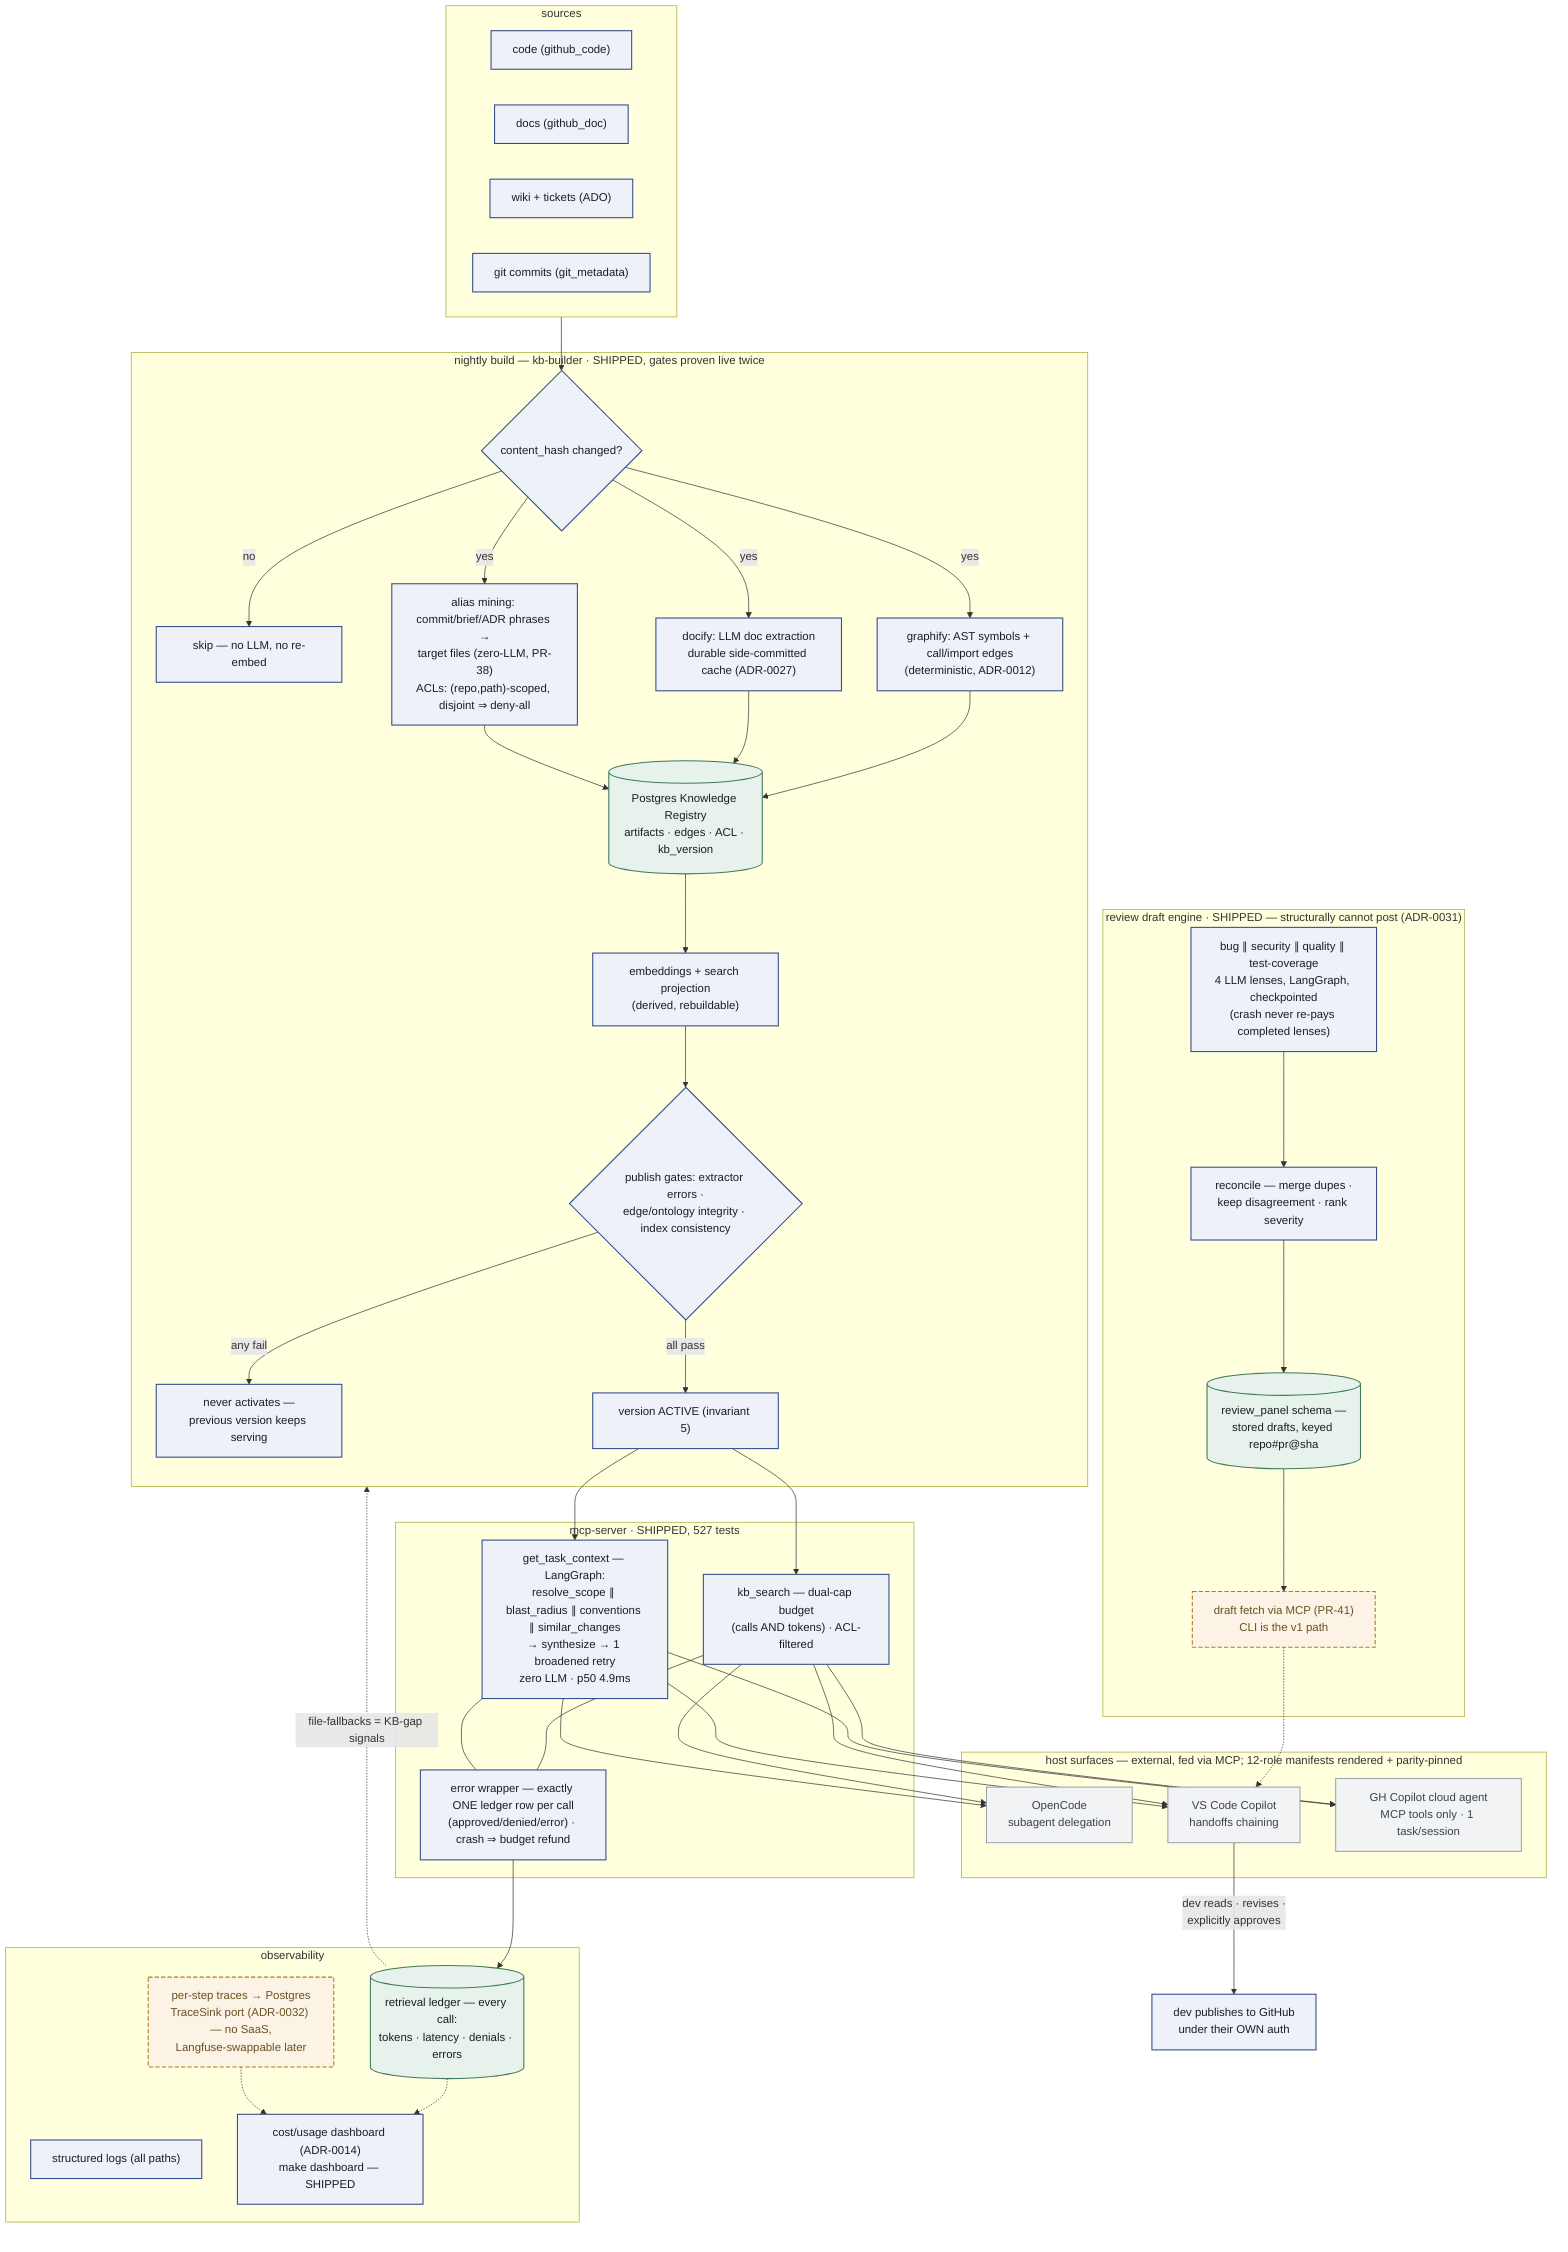
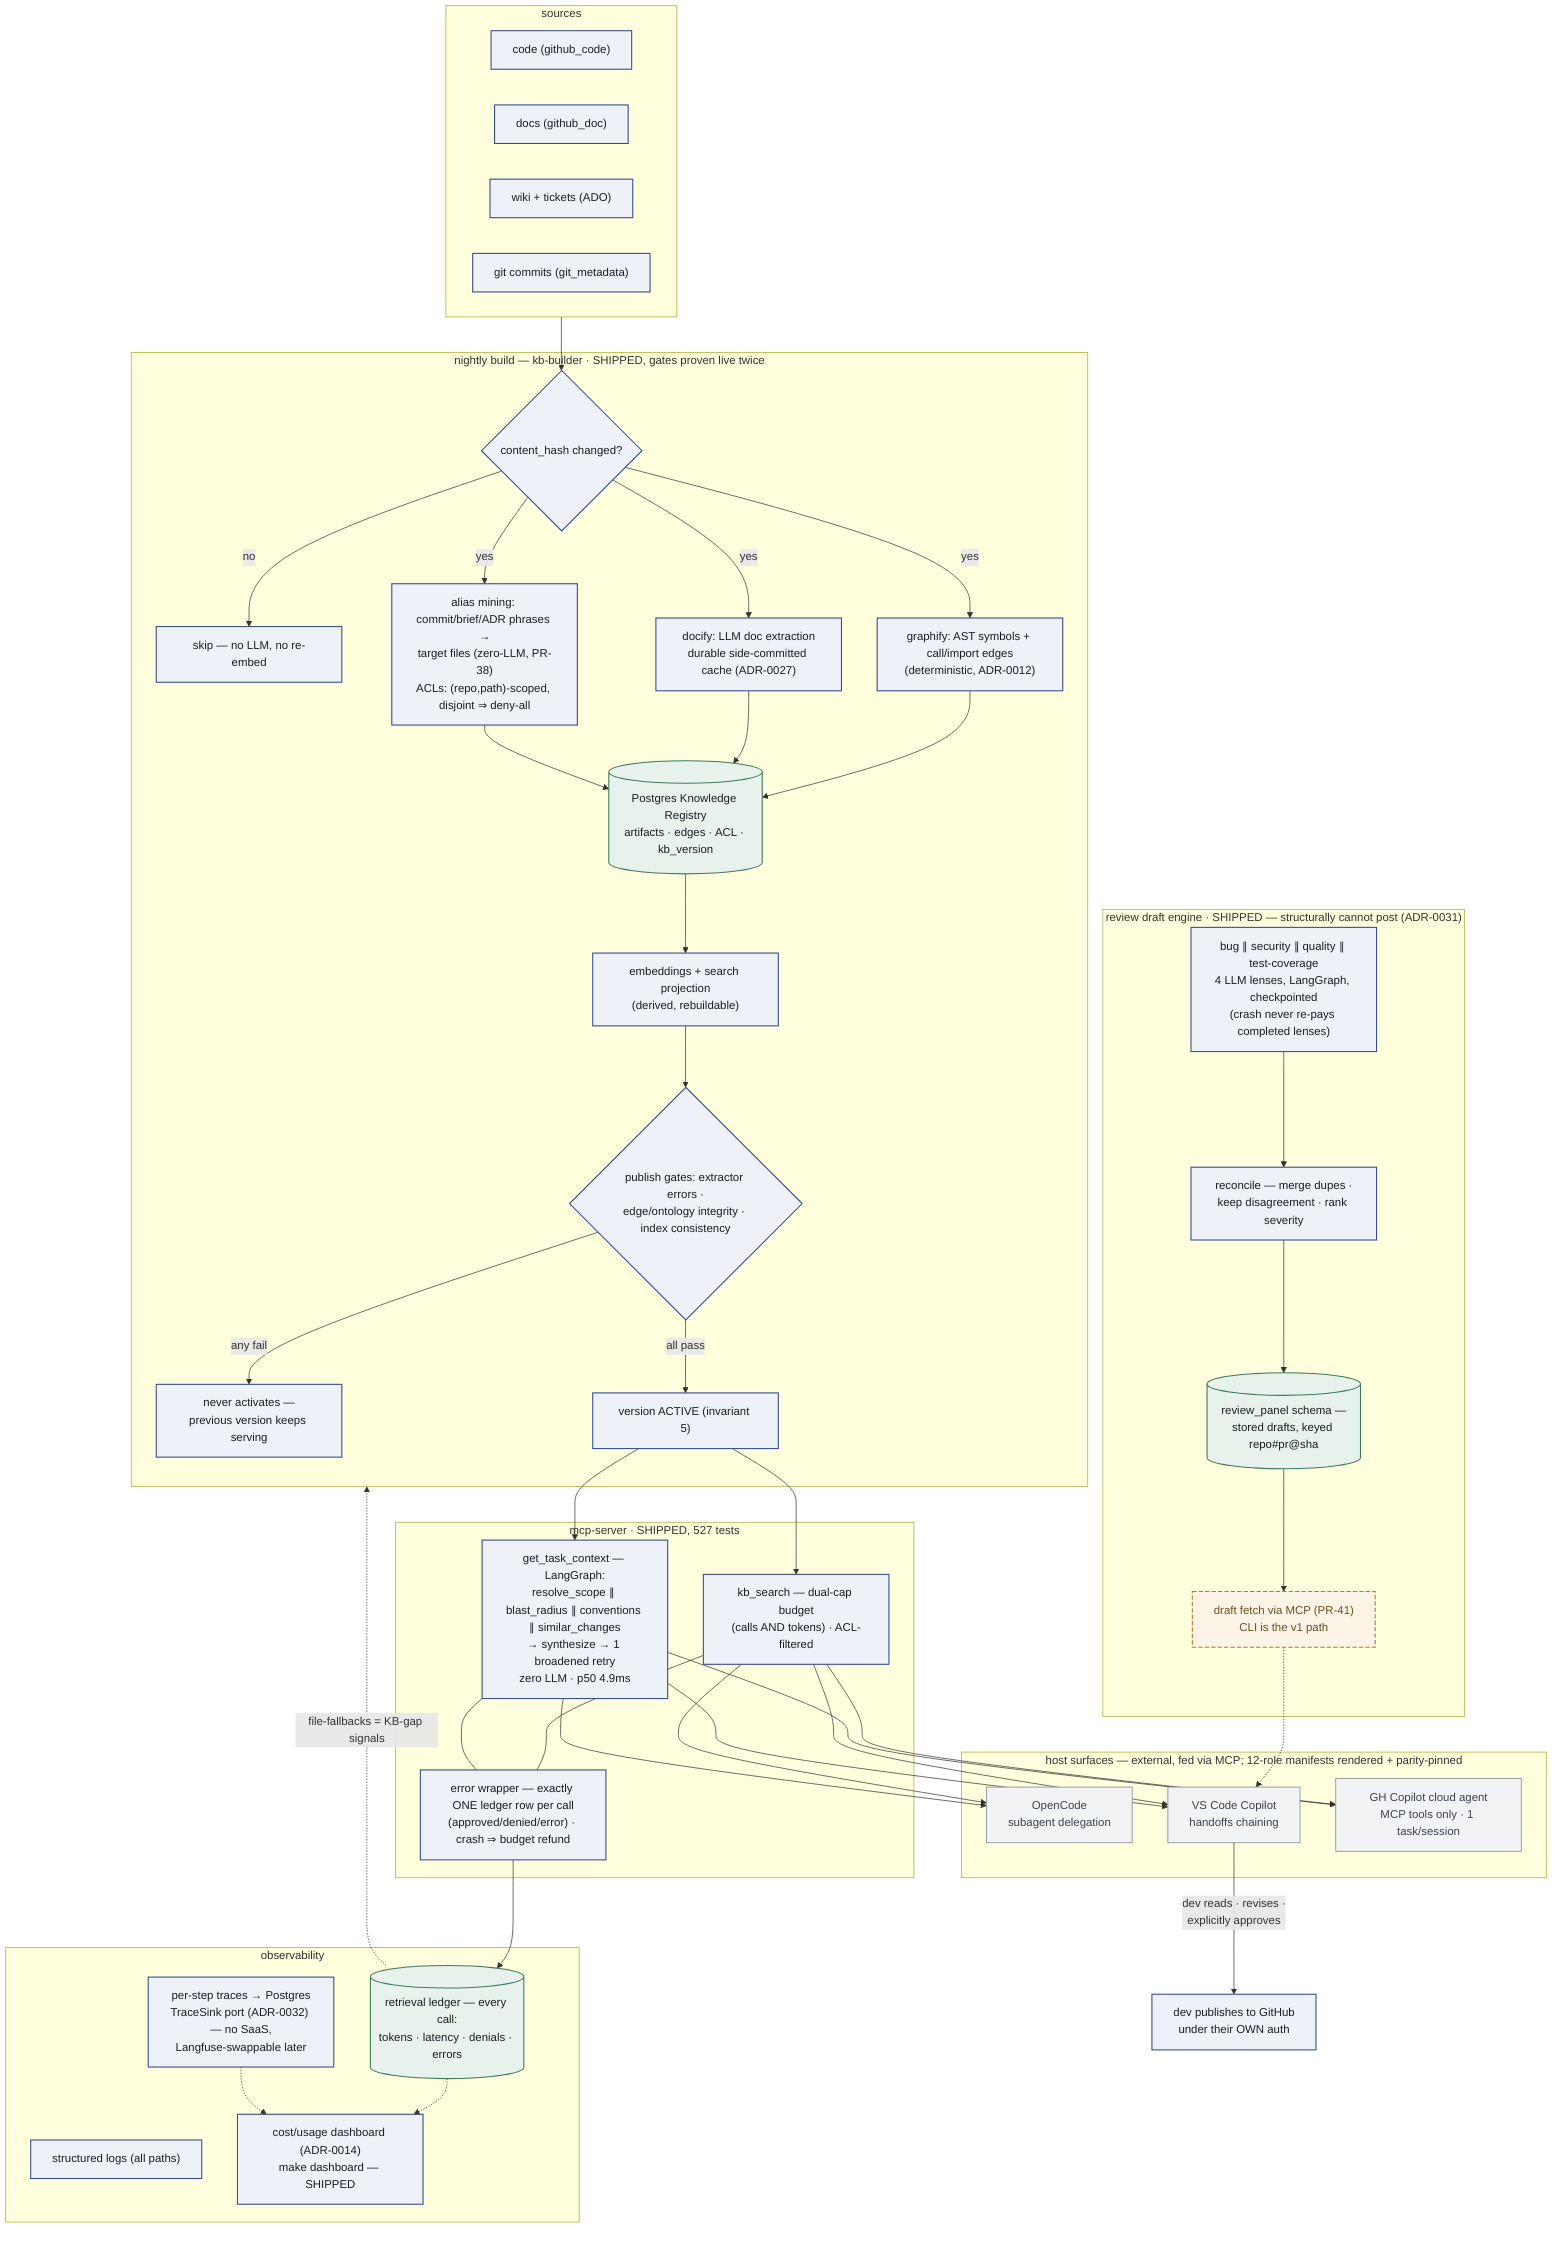
flowchart TD
    classDef shipped fill:#eef1f8,stroke:#334c8c,stroke-width:1.5px,color:#1b1e24
    classDef planned fill:#faf3e6,stroke:#b6791f,stroke-width:1.5px,stroke-dasharray:6 3,color:#6b5122
    classDef external fill:#f2f3f5,stroke:#8a919c,stroke-width:1.2px,color:#3d434c
    classDef store fill:#e8f2ec,stroke:#3f7a5c,stroke-width:1.5px,color:#1b1e24

    subgraph SRCS["sources"]
        CODE["code (github_code)"]:::shipped
        DOCS["docs (github_doc)"]:::shipped
        WIKI["wiki + tickets (ADO)"]:::shipped
        GITM["git commits (git_metadata)"]:::shipped
    end

    subgraph BUILD["nightly build — kb-builder · SHIPPED, gates proven live twice"]
        HASH{"content_hash changed?"}:::shipped
        SKIP["skip — no LLM, no re-embed"]:::shipped
        GRAPHIFY["graphify: AST symbols + call/import edges<br/>(deterministic, ADR-0012)"]:::shipped
        DOCIFY["docify: LLM doc extraction<br/>durable side-committed cache (ADR-0027)"]:::shipped
        ALIAS["alias mining: commit/brief/ADR phrases →<br/>target files (zero-LLM, PR-38)<br/>ACLs: (repo,path)-scoped, disjoint ⇒ deny-all"]:::shipped
        REG[("Postgres Knowledge Registry<br/>artifacts · edges · ACL · kb_version")]:::store
        EMB["embeddings + search projection<br/>(derived, rebuildable)"]:::shipped
        GATES{"publish gates: extractor errors ·<br/>edge/ontology integrity · index consistency"}:::shipped
        KEEP["never activates —<br/>previous version keeps serving"]:::shipped
        ACT["version ACTIVE (invariant 5)"]:::shipped
    end

    SRCS --> HASH
    HASH -- no --> SKIP
    HASH -- yes --> GRAPHIFY & DOCIFY & ALIAS
    GRAPHIFY --> REG
    DOCIFY --> REG
    ALIAS --> REG
    REG --> EMB --> GATES
    GATES -- any fail --> KEEP
    GATES -- all pass --> ACT

    subgraph MCP["mcp-server · SHIPPED, 527 tests"]
        KBS["kb_search — dual-cap budget<br/>(calls AND tokens) · ACL-filtered"]:::shipped
        GTC["get_task_context — LangGraph:<br/>resolve_scope ∥ blast_radius ∥ conventions ∥ similar_changes<br/>→ synthesize → 1 broadened retry<br/>zero LLM · p50 4.9ms"]:::shipped
        WRAP["error wrapper — exactly ONE ledger row per call<br/>(approved/denied/error) · crash ⇒ budget refund"]:::shipped
    end
    ACT --> KBS & GTC
    KBS --- WRAP
    GTC --- WRAP

    subgraph OBS["observability"]
        LED[("retrieval ledger — every call:<br/>tokens · latency · denials · errors")]:::store
        LOGS["structured logs (all paths)"]:::shipped
-         TRACE["per-step traces → Postgres<br/>TraceSink port (ADR-0032) — no SaaS,<br/>Langfuse-swappable later"]:::planned
+         TRACE["per-step traces → Postgres<br/>TraceSink port (ADR-0032) — no SaaS,<br/>Langfuse-swappable later"]:::shipped
        DASH["cost/usage dashboard (ADR-0014)<br/>make dashboard — SHIPPED"]:::shipped
    end
    WRAP --> LED
    LED -.-> DASH
    TRACE -.-> DASH

    subgraph HOSTS["host surfaces — external, fed via MCP; 12-role manifests rendered + parity-pinned"]
        OC["OpenCode<br/>subagent delegation"]:::external
        CP["VS Code Copilot<br/>handoffs chaining"]:::external
        GH["GH Copilot cloud agent<br/>MCP tools only · 1 task/session"]:::external
    end
    KBS --> OC & CP & GH
    GTC --> OC & CP & GH

    subgraph REVIEW["review draft engine · SHIPPED — structurally cannot post (ADR-0031)"]
        LENSES["bug ∥ security ∥ quality ∥ test-coverage<br/>4 LLM lenses, LangGraph, checkpointed<br/>(crash never re-pays completed lenses)"]:::shipped
        RECON["reconcile — merge dupes ·<br/>keep disagreement · rank severity"]:::shipped
        DSTORE[("review_panel schema —<br/>stored drafts, keyed repo#pr@sha")]:::store
        FETCH["draft fetch via MCP (PR-41)<br/>CLI is the v1 path"]:::planned
    end
    LENSES --> RECON --> DSTORE
    DSTORE --> FETCH -.-> CP

    CP -- "dev reads · revises ·<br/>explicitly approves" --> PUB["dev publishes to GitHub<br/>under their OWN auth"]:::shipped
    LED -. "file-fallbacks = KB-gap signals" .-> BUILD
